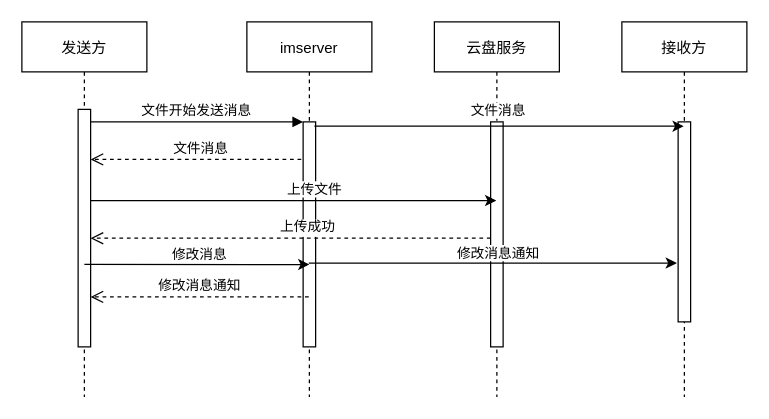
Earlier version of the draw.io diagram page "Page-1" (1 of 2) of 文件发送时序图.drawio (lizhanxu/document). Source tidied: cells renumbered, new cells numbered last; positions are measured from the earlier drawing's top-left corner, leaving out a move shared by most shapes. Both pictures are drawn from the tidied source at 125%, with x=0, y=0 at pixel (21, 21).
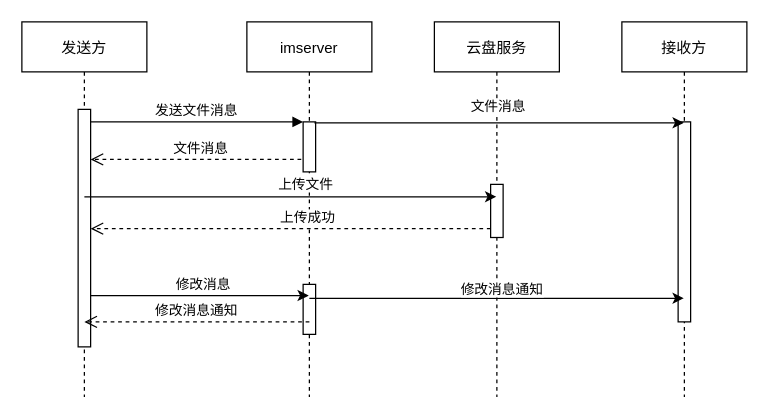
Above is the later version.

Commit message:
会议时序图.drawio

Unchanged cells that the change refers to:
```xml
<mxCell id="3" style="points=[];perimeter=orthogonalPerimeter;rounded=0;shadow=0;strokeWidth=1;strokeColor=default;" parent="2" vertex="1">
  <mxGeometry x="45" y="70" width="10" height="190" as="geometry" />
</mxCell>
<mxCell id="5" value="imserver" style="shape=umlLifeline;perimeter=lifelinePerimeter;rounded=0;shadow=0;strokeWidth=1;" parent="1" vertex="1">
  <mxGeometry x="180" width="100" height="300" as="geometry" />
</mxCell>
<mxCell id="9" value="接收方" style="shape=umlLifeline;perimeter=lifelinePerimeter;rounded=0;shadow=0;strokeWidth=1;" parent="1" vertex="1">
  <mxGeometry x="480" width="100" height="300" as="geometry" />
</mxCell>
<mxCell id="10" style="points=[];perimeter=orthogonalPerimeter;rounded=0;shadow=0;strokeWidth=1;" parent="9" vertex="1">
  <mxGeometry x="45" y="80" width="10" height="160" as="geometry" />
</mxCell>
<mxCell id="11" value="云盘服务" style="shape=umlLifeline;perimeter=lifelinePerimeter;rounded=0;shadow=0;strokeWidth=1;" parent="1" vertex="1">
  <mxGeometry x="330" width="100" height="300" as="geometry" />
</mxCell>
```

Diff of the diagram source:
```diff
@@
     <mxCell id="6" style="points=[];perimeter=orthogonalPerimeter;rounded=0;shadow=0;strokeWidth=1;" parent="5" vertex="1">
-      <mxGeometry x="45" y="80" width="10" height="180" as="geometry" />
+      <mxGeometry x="45" y="80" width="10" height="40" as="geometry" />
     </mxCell>
+    <mxCell id="22" style="points=[];perimeter=orthogonalPerimeter;rounded=0;shadow=0;strokeWidth=1;" parent="5" vertex="1">
+      <mxGeometry x="45" y="210" width="10" height="40" as="geometry" />
+    </mxCell>
-    <mxCell id="7" value="修改消息通知" style="verticalAlign=bottom;endArrow=open;dashed=1;endSize=8;shadow=0;strokeWidth=1;" parent="1" edge="1" source="5" target="3">
+    <mxCell id="7" value="修改消息通知" style="verticalAlign=bottom;endArrow=open;dashed=1;endSize=8;shadow=0;strokeWidth=1;exitX=0.5;exitY=0.75;exitDx=0;exitDy=0;exitPerimeter=0;" parent="1" edge="1" source="22">
       <mxGeometry relative="1" as="geometry">
-        <Array as="points">
-          <mxPoint x="140" y="220" />
-        </Array>
+        <mxPoint x="50" y="240" as="targetPoint" />
       </mxGeometry>
     </mxCell>
-    <mxCell id="8" value="文件开始发送消息" style="verticalAlign=bottom;endArrow=block;entryX=0;entryY=0;shadow=0;strokeWidth=1;" parent="1" edge="1" source="3" target="6">
+    <mxCell id="8" value="发送文件消息" style="verticalAlign=bottom;endArrow=block;entryX=0;entryY=0;shadow=0;strokeWidth=1;" parent="1" edge="1" source="3" target="6">
       <mxGeometry relative="1" as="geometry" />
     </mxCell>
@@
-    <mxCell id="12" style="points=[];perimeter=orthogonalPerimeter;rounded=0;shadow=0;strokeWidth=1;" parent="11" vertex="1">
-      <mxGeometry x="45" y="80" width="10" height="180" as="geometry" />
-    </mxCell>
@@
-    <mxCell id="15" style="endArrow=classic;html=1;rounded=0;exitX=1;exitY=0.384;exitDx=0;exitDy=0;exitPerimeter=0;" parent="1" edge="1" source="3" target="11">
-      <mxGeometry relative="1" as="geometry" />
-    </mxCell>
-    <mxCell id="16" value="上传文件" style="edgeLabel;html=1;align=center;verticalAlign=middle;" parent="15" vertex="1">
-      <mxGeometry x="-0.07" y="1" relative="1" as="geometry">
-        <mxPoint x="27" y="-8" as="offset" />
-      </mxGeometry>
-    </mxCell>
-    <mxCell id="17" value="上传成功" style="verticalAlign=bottom;endArrow=open;dashed=1;endSize=8;exitX=0;exitY=0.517;shadow=0;strokeWidth=1;exitDx=0;exitDy=0;exitPerimeter=0;" parent="1" edge="1" source="12" target="3">
+    <mxCell id="17" value="上传成功" style="verticalAlign=bottom;endArrow=open;dashed=1;endSize=8;exitX=0;exitY=0.833;shadow=0;strokeWidth=1;exitDx=0;exitDy=0;exitPerimeter=0;" parent="1" edge="1" source="12" target="3">
       <mxGeometry x="-0.09" relative="1" as="geometry" />
     </mxCell>
-    <mxCell id="18" style="endArrow=classic;html=1;rounded=0;entryX=0.5;entryY=0.634;entryDx=0;entryDy=0;entryPerimeter=0;exitX=0.5;exitY=0.653;exitDx=0;exitDy=0;exitPerimeter=0;" parent="1" edge="1" source="3" target="6">
+    <mxCell id="18" style="endArrow=classic;html=1;rounded=0;exitX=1;exitY=0.784;exitDx=0;exitDy=0;exitPerimeter=0;" parent="1" edge="1" source="3" target="5">
       <mxGeometry relative="1" as="geometry" />
     </mxCell>
@@
-    <mxCell id="20" style="endArrow=classic;html=1;rounded=0;entryX=-0.1;entryY=0.706;entryDx=0;entryDy=0;entryPerimeter=0;" parent="1" edge="1" source="5" target="10">
+    <mxCell id="20" style="endArrow=classic;html=1;rounded=0;exitX=0.5;exitY=0.737;exitDx=0;exitDy=0;exitPerimeter=0;" parent="1" edge="1" source="5" target="9">
       <mxGeometry relative="1" as="geometry" />
     </mxCell>
@@
+    <mxCell id="12" style="points=[];perimeter=orthogonalPerimeter;rounded=0;shadow=0;strokeWidth=1;" parent="1" vertex="1">
+      <mxGeometry x="375" y="130" width="10" height="42.5" as="geometry" />
+    </mxCell>
+    <mxCell id="15" style="endArrow=classic;html=1;rounded=0;exitX=0.5;exitY=0.368;exitDx=0;exitDy=0;exitPerimeter=0;" parent="1" edge="1" source="3" target="11">
+      <mxGeometry relative="1" as="geometry" />
+    </mxCell>
+    <mxCell id="16" value="上传文件" style="edgeLabel;html=1;align=center;verticalAlign=middle;" parent="15" vertex="1">
+      <mxGeometry x="0.12" y="-2" relative="1" as="geometry">
+        <mxPoint x="-9" y="-12" as="offset" />
+      </mxGeometry>
+    </mxCell>
```
